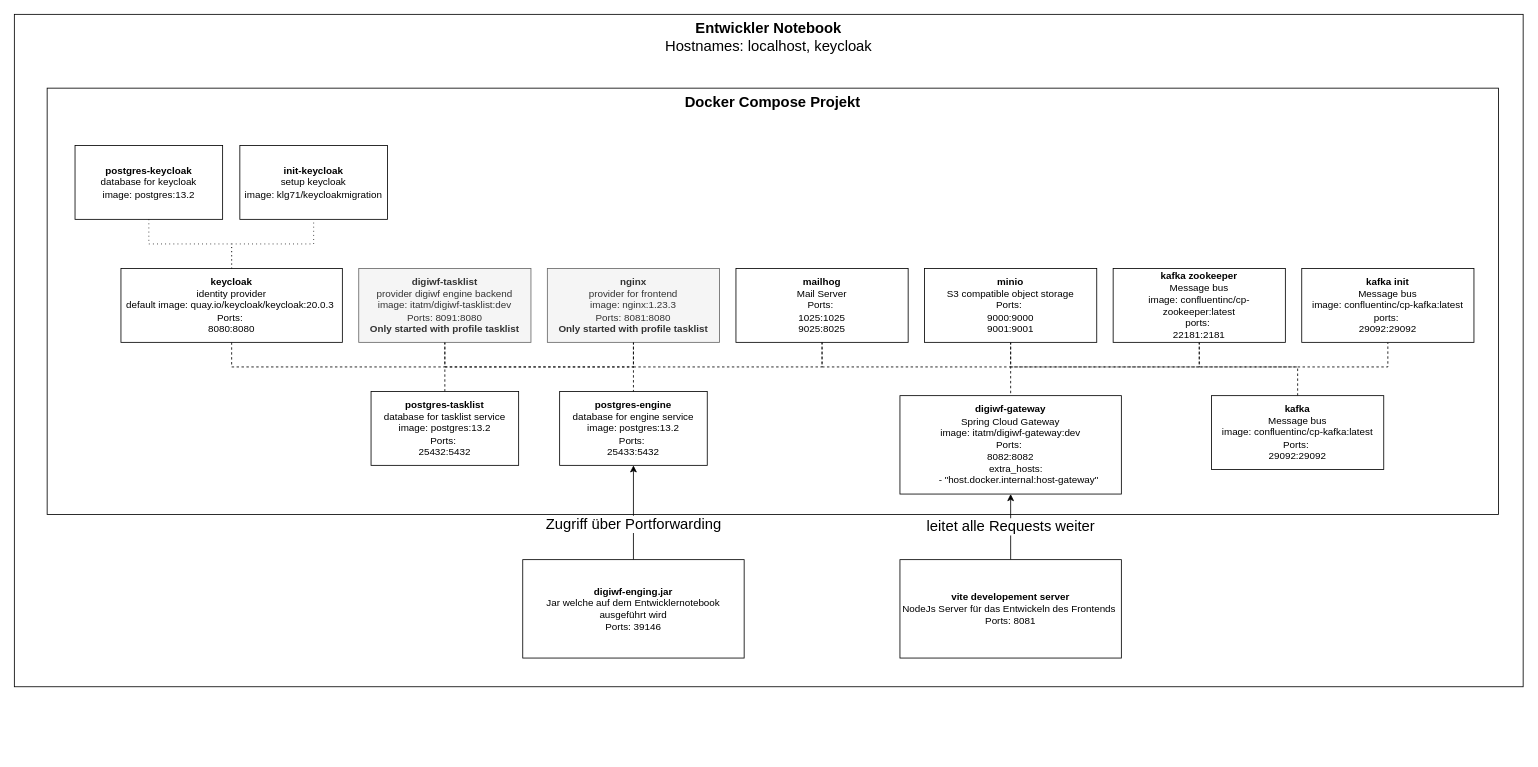
it-at-m/digiwf-core keeps this draw.io diagram as docs/src/images/platform/guides/technical-setup/docker-setup.drawio. Above is the earlier version. Source tidied: cells renumbered, new cells numbered last; positions are measured from the earlier drawing's top-left corner, leaving out a move shared by most shapes. Both pictures are drawn from the tidied source at 82%, with x=0, y=0 at pixel (14, 14).
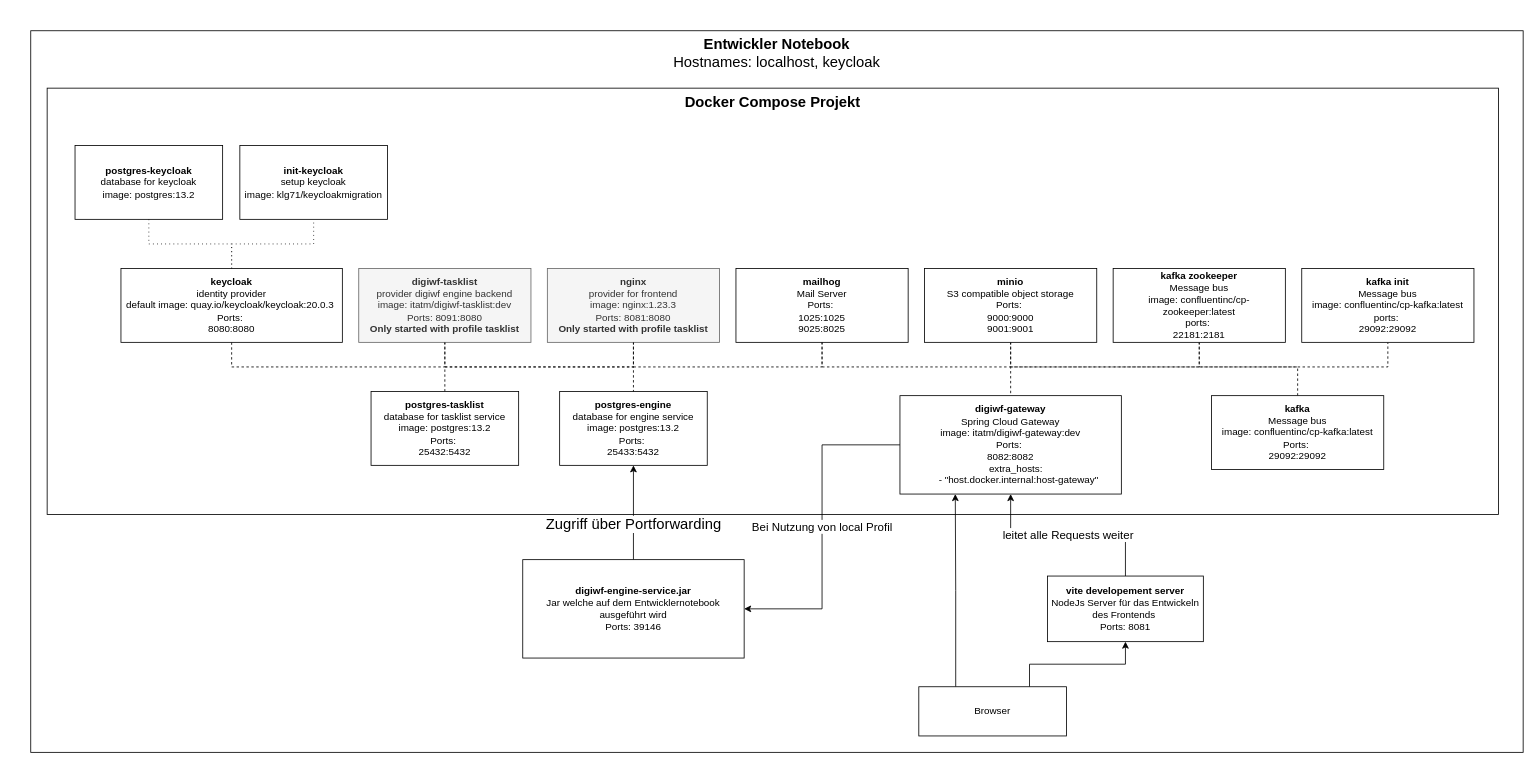
The same page after the edit.

The change refers to these unchanged cells:
```xml
<mxCell id="13" value="&lt;b&gt;digiwf-gateway&lt;/b&gt;&lt;br&gt;Spring Cloud Gateway&lt;br&gt;image:&amp;nbsp;itatm/digiwf-gateway:dev&lt;br&gt;Ports:&amp;nbsp;&lt;br&gt;8082:8082&lt;br&gt;&lt;div&gt;&amp;nbsp; &amp;nbsp; extra_hosts:&lt;/div&gt;&lt;div&gt;&amp;nbsp; &amp;nbsp; &amp;nbsp; - &quot;host.docker.internal:host-gateway&quot;&lt;/div&gt;" style="rounded=0;whiteSpace=wrap;html=1;" parent="1" vertex="1">
  <mxGeometry x="1080" y="465" width="270" height="120" as="geometry" />
</mxCell>
<mxCell id="24" value="&lt;b&gt;postgres-engine&lt;br&gt;&lt;/b&gt;database for engine service&lt;br&gt;image:&amp;nbsp;postgres:13.2&lt;br&gt;Ports:&amp;nbsp;&lt;br style=&quot;border-color: var(--border-color);&quot;&gt;25433:5432" style="rounded=0;whiteSpace=wrap;html=1;" parent="1" vertex="1">
  <mxGeometry x="665" y="460" width="180" height="90" as="geometry" />
</mxCell>
```

What changed in the source:
```diff
@@
     <mxCell id="2" value="Entwickler Notebook&lt;br&gt;&lt;span style=&quot;font-weight: normal;&quot;&gt;Hostnames: localhost, keycloak&lt;/span&gt;" style="rounded=0;whiteSpace=wrap;html=1;fontSize=18;fontStyle=1;verticalAlign=top;" parent="1" vertex="1">
-      <mxGeometry width="1840" height="820" as="geometry" />
+      <mxGeometry x="20" y="20" width="1820" height="880" as="geometry" />
     </mxCell>
@@
+    <mxCell id="32" value="Bei Nutzung von local Profil" style="edgeStyle=orthogonalEdgeStyle;rounded=0;jettySize=auto;html=1;exitX=0;exitY=0.5;exitDx=0;exitDy=0;entryX=1;entryY=0.5;entryDx=0;entryDy=0;fontSize=14;" parent="1" edge="1" source="13" target="29">
+      <mxGeometry relative="1" as="geometry" />
+    </mxCell>
@@
-    <mxCell id="27" style="edgeStyle=orthogonalEdgeStyle;rounded=0;jettySize=auto;html=1;exitX=0.5;exitY=0;exitDx=0;exitDy=0;entryX=0.5;entryY=1;entryDx=0;entryDy=0;fontSize=18;endArrow=classic;endFill=1;" parent="1" edge="1" source="29" target="24">
+    <mxCell id="27" style="edgeStyle=orthogonalEdgeStyle;rounded=0;jettySize=auto;html=1;exitX=0.5;exitY=0;exitDx=0;exitDy=0;entryX=0.5;entryY=1;entryDx=0;entryDy=0;fontSize=14;endArrow=classic;endFill=1;" parent="1" edge="1" source="29" target="24">
       <mxGeometry relative="1" as="geometry" />
     </mxCell>
@@
-    <mxCell id="29" value="&lt;b&gt;digiwf-enging.jar&lt;/b&gt;&lt;br&gt;Jar welche auf dem Entwicklernotebook ausgeführt wird&lt;br&gt;Ports:&amp;nbsp;39146" style="rounded=0;whiteSpace=wrap;html=1;" parent="1" vertex="1">
+    <mxCell id="29" value="&lt;b&gt;digiwf-engine-service.jar&lt;/b&gt;&lt;br&gt;Jar welche auf dem Entwicklernotebook ausgeführt wird&lt;br&gt;Ports:&amp;nbsp;39146" style="rounded=0;whiteSpace=wrap;html=1;" parent="1" vertex="1">
       <mxGeometry x="620" y="665" width="270" height="120" as="geometry" />
     </mxCell>
-    <mxCell id="30" value="leitet alle Requests weiter" style="edgeStyle=orthogonalEdgeStyle;rounded=0;jettySize=auto;html=1;entryX=0.5;entryY=1;entryDx=0;entryDy=0;fontSize=18;endArrow=classic;endFill=1;" parent="1" edge="1" source="31" target="13">
+    <mxCell id="30" value="leitet alle Requests weiter" style="edgeStyle=orthogonalEdgeStyle;rounded=0;jettySize=auto;html=1;entryX=0.5;entryY=1;entryDx=0;entryDy=0;fontSize=14;endArrow=classic;endFill=1;" parent="1" edge="1" source="31" target="13">
       <mxGeometry relative="1" as="geometry" />
     </mxCell>
     <mxCell id="31" value="&lt;b&gt;vite developement server&lt;/b&gt;&lt;br&gt;NodeJs Server für das Entwickeln des Frontends&amp;nbsp;&lt;br&gt;Ports:&amp;nbsp;8081" style="rounded=0;whiteSpace=wrap;html=1;" parent="1" vertex="1">
-      <mxGeometry x="1080" y="665" width="270" height="120" as="geometry" />
+      <mxGeometry x="1260" y="685" width="190" height="80" as="geometry" />
     </mxCell>
+    <mxCell id="33" style="edgeStyle=orthogonalEdgeStyle;rounded=0;jettySize=auto;html=1;exitX=0.75;exitY=0;exitDx=0;exitDy=0;entryX=0.5;entryY=1;entryDx=0;entryDy=0;" parent="1" edge="1" source="35" target="31">
+      <mxGeometry relative="1" as="geometry" />
+    </mxCell>
+    <mxCell id="34" style="edgeStyle=orthogonalEdgeStyle;rounded=0;jettySize=auto;html=1;exitX=0.25;exitY=0;exitDx=0;exitDy=0;entryX=0.25;entryY=1;entryDx=0;entryDy=0;fontSize=14;" parent="1" edge="1" source="35" target="13">
+      <mxGeometry relative="1" as="geometry" />
+    </mxCell>
+    <mxCell id="35" value="Browser" style="rounded=0;whiteSpace=wrap;html=1;" parent="1" vertex="1">
+      <mxGeometry x="1103" y="820" width="180" height="60" as="geometry" />
+    </mxCell>
```
